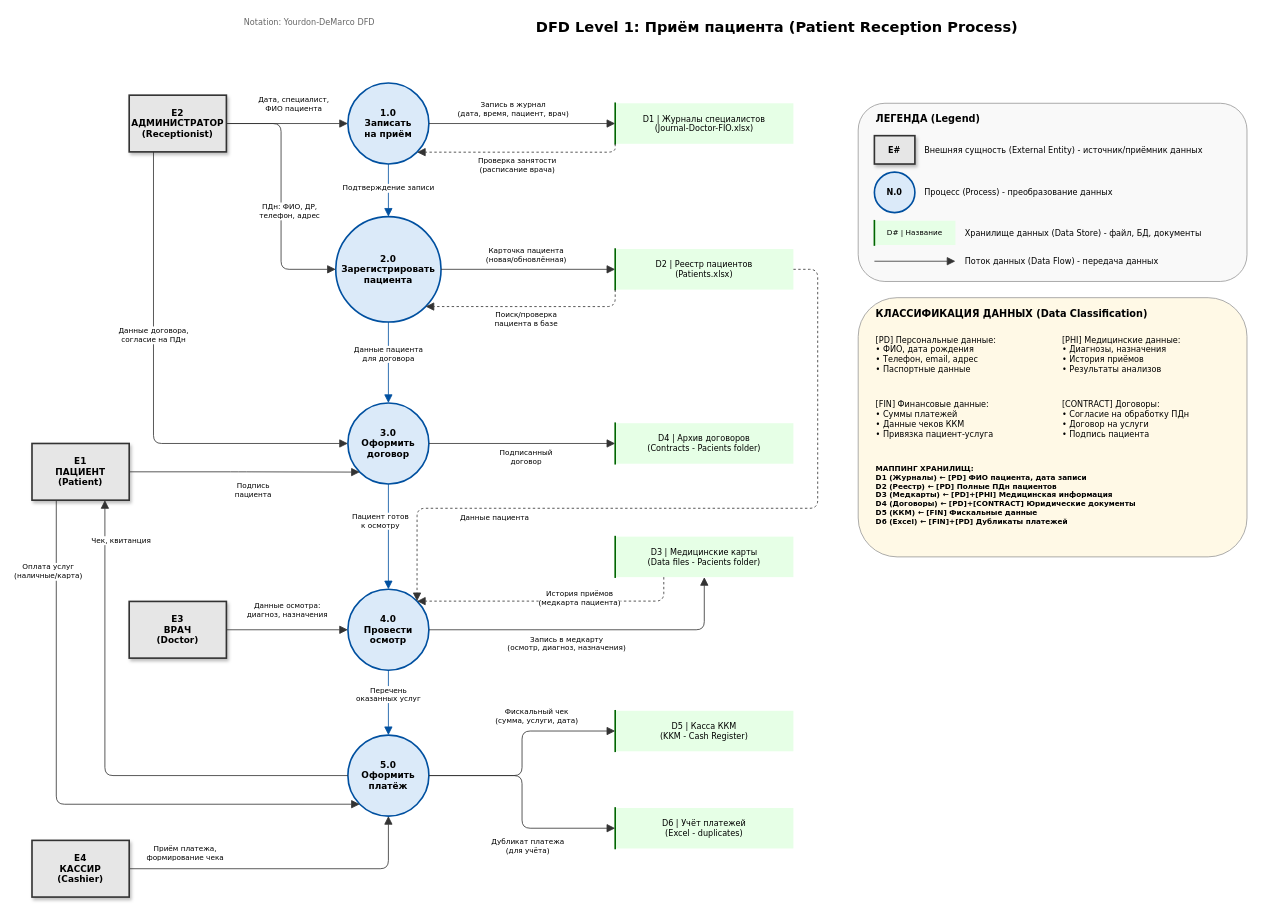
ai-rogachev/architecture-medikamente keeps this draw.io diagram as page "DFD Level 1 - Приём пациента" (1 of 2) of Task1/DFD/Приём пациента.drawio. Above is the earlier version. Source tidied: cells renumbered, new cells numbered last; positions are measured from the earlier drawing's top-left corner, leaving out a move shared by most shapes. Both pictures are drawn from the tidied source at 81%, with x=0, y=0 at pixel (32, 14).
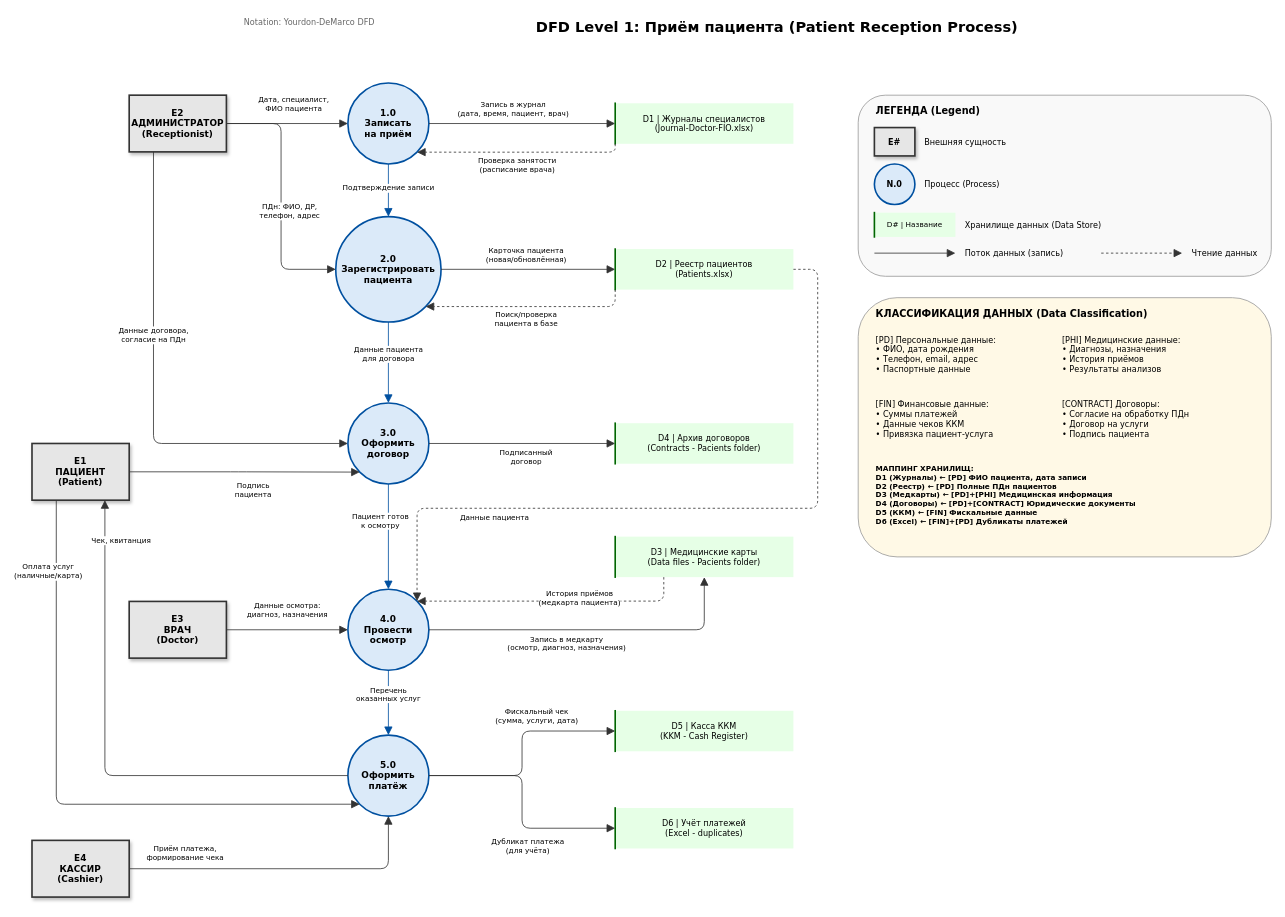
The same page after the edit.

Diff of the diagram source:
```diff
@@
-    <mxCell id="41" style="rounded=1;whiteSpace=wrap;html=1;strokeColor=#999999;fillColor=#F9F9F9;strokeWidth=1;" parent="1" vertex="1">
-      <mxGeometry x="1020" y="110" width="480" height="220" as="geometry" />
-    </mxCell>
-    <mxCell id="42" value="ЛЕГЕНДА (Legend)" style="text;html=1;strokeColor=none;fillColor=none;align=left;verticalAlign=middle;fontSize=12;fontStyle=1;fontFamily=Verdana;" parent="1" vertex="1">
-      <mxGeometry x="1040" y="120" width="150" height="20" as="geometry" />
-    </mxCell>
-    <mxCell id="43" value="E#" style="shape=rectangle;whiteSpace=wrap;html=1;rounded=0;shadow=1;strokeWidth=2;strokeColor=#333333;fillColor=#E6E6E6;fontFamily=Verdana;fontSize=10;fontStyle=1;align=center;verticalAlign=middle;" parent="1" vertex="1">
-      <mxGeometry x="1040" y="150" width="50" height="35" as="geometry" />
-    </mxCell>
-    <mxCell id="44" value="Внешняя сущность (External Entity) - источник/приёмник данных" style="text;html=1;strokeColor=none;fillColor=none;align=left;verticalAlign=middle;fontSize=10;fontFamily=Verdana;" parent="1" vertex="1">
-      <mxGeometry x="1100" y="150" width="380" height="35" as="geometry" />
-    </mxCell>
-    <mxCell id="45" value="N.0" style="ellipse;whiteSpace=wrap;html=1;strokeWidth=2;strokeColor=#0050A0;fillColor=#DBEAF9;fontFamily=Verdana;fontSize=10;fontStyle=1;align=center;verticalAlign=middle;" parent="1" vertex="1">
-      <mxGeometry x="1040" y="195" width="50" height="50" as="geometry" />
-    </mxCell>
-    <mxCell id="46" value="Процесс (Process) - преобразование данных" style="text;html=1;strokeColor=none;fillColor=none;align=left;verticalAlign=middle;fontSize=10;fontFamily=Verdana;" parent="1" vertex="1">
-      <mxGeometry x="1100" y="205" width="380" height="30" as="geometry" />
-    </mxCell>
-    <mxCell id="47" value="D# | Название" style="shape=partialRectangle;whiteSpace=wrap;html=1;left=1;right=0;top=0;bottom=0;strokeWidth=2;strokeColor=#006600;fillColor=#E6FFE6;fontFamily=Verdana;fontSize=9;align=center;verticalAlign=middle;" parent="1" vertex="1">
-      <mxGeometry x="1040" y="255" width="100" height="30" as="geometry" />
-    </mxCell>
-    <mxCell id="48" value="Хранилище данных (Data Store) - файл, БД, документы" style="text;html=1;strokeColor=none;fillColor=none;align=left;verticalAlign=middle;fontSize=10;fontFamily=Verdana;" parent="1" vertex="1">
-      <mxGeometry x="1150" y="255" width="330" height="30" as="geometry" />
-    </mxCell>
-    <mxCell id="49" style="endArrow=block;html=1;strokeWidth=1;strokeColor=#333333;endFill=1;endSize=8;" parent="1" edge="1">
-      <mxGeometry relative="1" as="geometry">
-        <mxPoint x="1040" y="305" as="sourcePoint" />
-        <mxPoint x="1140" y="305" as="targetPoint" />
-      </mxGeometry>
-    </mxCell>
-    <mxCell id="50" value="Поток данных (Data Flow) - передача данных" style="text;html=1;strokeColor=none;fillColor=none;align=left;verticalAlign=middle;fontSize=10;fontFamily=Verdana;" parent="1" vertex="1">
-      <mxGeometry x="1150" y="295" width="330" height="20" as="geometry" />
-    </mxCell>
     <mxCell id="51" style="rounded=1;whiteSpace=wrap;html=1;strokeColor=#999999;fillColor=#FFF9E6;strokeWidth=1;" parent="1" vertex="1">
-      <mxGeometry x="1020" y="350" width="480" height="320" as="geometry" />
+      <mxGeometry x="1020" y="350" width="510" height="320" as="geometry" />
     </mxCell>
@@
+    <mxCell id="58" style="rounded=1;whiteSpace=wrap;html=1;strokeColor=#999999;fillColor=#F9F9F9;strokeWidth=1;" parent="1" vertex="1">
+      <mxGeometry x="1020" y="100" width="510" height="223.6" as="geometry" />
+    </mxCell>
+    <mxCell id="42" value="ЛЕГЕНДА (Legend)" style="text;html=1;strokeColor=none;fillColor=none;align=left;verticalAlign=middle;fontSize=12;fontStyle=1;fontFamily=Verdana;" parent="1" vertex="1">
+      <mxGeometry x="1040" y="110" width="150" height="20" as="geometry" />
+    </mxCell>
+    <mxCell id="43" value="E#" style="shape=rectangle;whiteSpace=wrap;html=1;rounded=0;shadow=1;strokeWidth=2;strokeColor=#333333;fillColor=#E6E6E6;fontFamily=Verdana;fontSize=10;fontStyle=1;align=center;verticalAlign=middle;" parent="1" vertex="1">
+      <mxGeometry x="1040" y="140" width="50" height="35" as="geometry" />
+    </mxCell>
+    <mxCell id="59" value="Внешняя сущность" style="text;html=1;strokeColor=none;fillColor=none;align=left;verticalAlign=middle;fontSize=10;fontFamily=Verdana;" parent="1" vertex="1">
+      <mxGeometry x="1100" y="140" width="380" height="35" as="geometry" />
+    </mxCell>
+    <mxCell id="45" value="N.0" style="ellipse;whiteSpace=wrap;html=1;strokeWidth=2;strokeColor=#0050A0;fillColor=#DBEAF9;fontFamily=Verdana;fontSize=10;fontStyle=1;align=center;verticalAlign=middle;" parent="1" vertex="1">
+      <mxGeometry x="1040" y="185" width="50" height="50" as="geometry" />
+    </mxCell>
+    <mxCell id="60" value="Процесс (Process)" style="text;html=1;strokeColor=none;fillColor=none;align=left;verticalAlign=middle;fontSize=10;fontFamily=Verdana;" parent="1" vertex="1">
+      <mxGeometry x="1100" y="195" width="380" height="30" as="geometry" />
+    </mxCell>
+    <mxCell id="47" value="D# | Название" style="shape=partialRectangle;whiteSpace=wrap;html=1;left=1;right=0;top=0;bottom=0;strokeWidth=2;strokeColor=#006600;fillColor=#E6FFE6;fontFamily=Verdana;fontSize=9;align=center;verticalAlign=middle;" parent="1" vertex="1">
+      <mxGeometry x="1040" y="245" width="100" height="30" as="geometry" />
+    </mxCell>
+    <mxCell id="61" value="Хранилище данных (Data Store)" style="text;html=1;strokeColor=none;fillColor=none;align=left;verticalAlign=middle;fontSize=10;fontFamily=Verdana;" parent="1" vertex="1">
+      <mxGeometry x="1150" y="245" width="330" height="30" as="geometry" />
+    </mxCell>
+    <mxCell id="62" style="endArrow=block;html=1;strokeWidth=1;strokeColor=#333333;endFill=1;endSize=8;" parent="1" edge="1">
+      <mxGeometry relative="1" as="geometry">
+        <mxPoint x="1040" y="295" as="sourcePoint" />
+        <mxPoint x="1140" y="295" as="targetPoint" />
+      </mxGeometry>
+    </mxCell>
+    <mxCell id="63" value="Поток данных (запись)" style="text;html=1;strokeColor=none;fillColor=none;align=left;verticalAlign=middle;fontSize=10;fontFamily=Verdana;" parent="1" vertex="1">
+      <mxGeometry x="1150" y="285" width="160" height="20" as="geometry" />
+    </mxCell>
+    <mxCell id="64" style="endArrow=block;html=1;strokeWidth=1;strokeColor=#333333;endFill=1;endSize=8;dashed=1;" parent="1" edge="1">
+      <mxGeometry relative="1" as="geometry">
+        <mxPoint x="1320" y="295" as="sourcePoint" />
+        <mxPoint x="1420" y="295" as="targetPoint" />
+      </mxGeometry>
+    </mxCell>
+    <mxCell id="65" value="Чтение данных" style="text;html=1;strokeColor=none;fillColor=none;align=left;verticalAlign=middle;fontSize=10;fontFamily=Verdana;" parent="1" vertex="1">
+      <mxGeometry x="1430" y="285" width="100" height="20" as="geometry" />
+    </mxCell>
```
